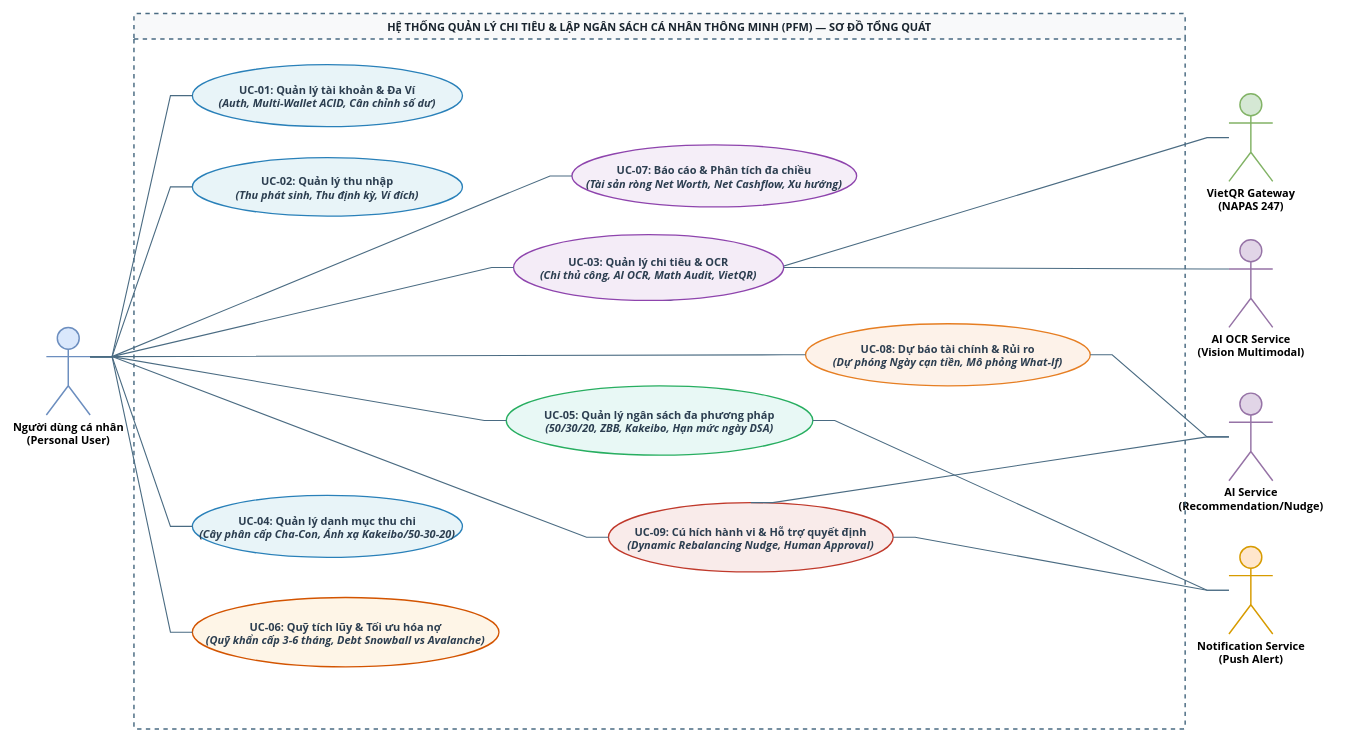
Earlier version of the draw.io diagram page "UCD 00 - Tổng Quát" (1 of 10) of files/UCD-DuoNoPro.drawio (Datgh37/analyze-system-subject). Source tidied: cells renumbered, new cells numbered last; positions are measured from the earlier drawing's top-left corner, leaving out a move shared by most shapes. Both pictures are drawn from the tidied source at 73%, with x=0, y=0 at pixel (46, 13).
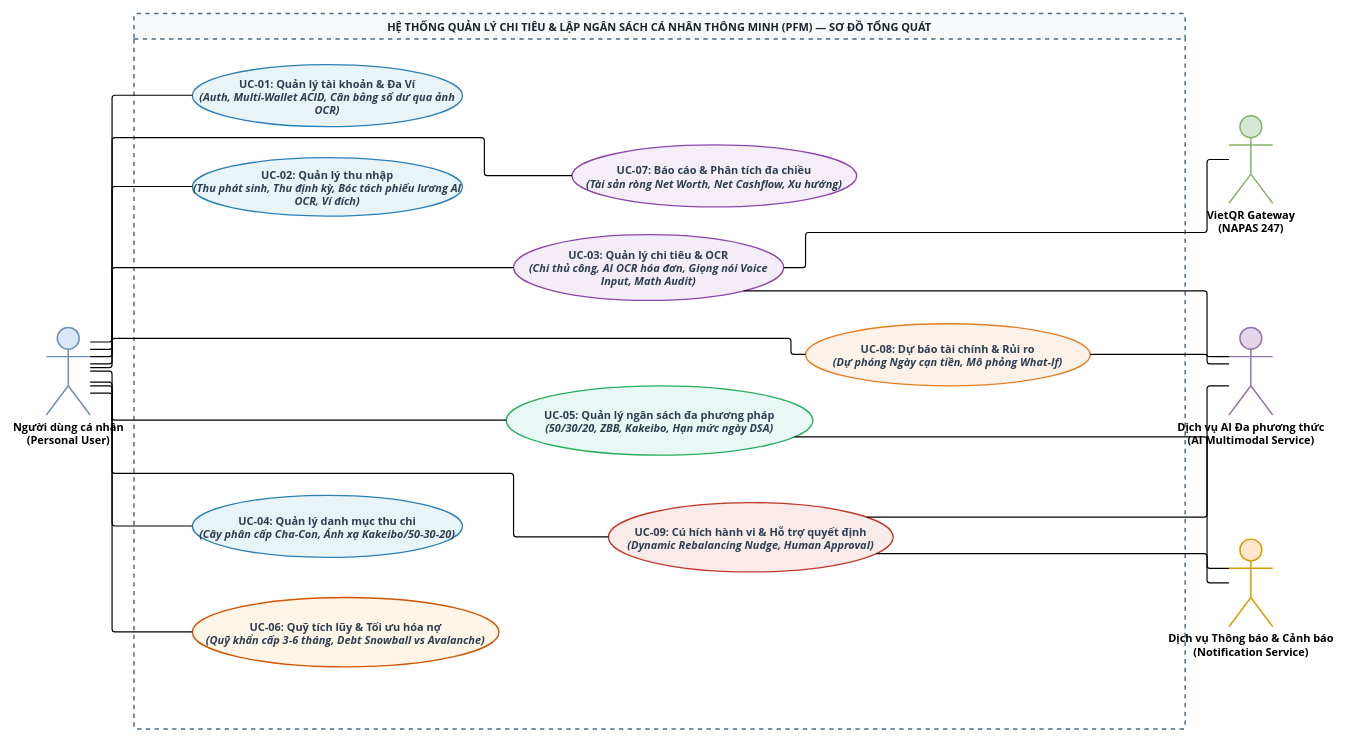
The same page after the edit.

Unchanged cells that the change refers to:
```xml
<mxCell id="3" value="&lt;b&gt;Người dùng cá nhân&lt;/b&gt;&lt;br&gt;(Personal User)" style="shape=umlActor;verticalLabelPosition=bottom;verticalAlign=top;html=1;outlineConnect=0;fillColor=#dae8fc;strokeColor=#6c8ebf;strokeWidth=2;fontFamily=Segoe UI, Arial, sans-serif;fontSize=15;fontStyle=1;" parent="1" vertex="1">
  <mxGeometry y="430" width="60" height="120" as="geometry" />
</mxCell>
<mxCell id="8" value="HỆ THỐNG QUẢN LÝ CHI TIÊU &amp;amp; LẬP NGÂN SÁCH CÁ NHÂN THÔNG MINH (PFM) — SƠ ĐỒ TỔNG QUÁT" style="swimlane;whiteSpace=wrap;html=1;rounded=1;arcSize=3;fontFamily=Segoe UI, Arial, sans-serif;fontSize=15;fontStyle=1;startSize=35;fillColor=#f8f9fa;fontColor=#1a252f;strokeColor=#4a6b82;strokeWidth=2;dashed=1;" parent="1" vertex="1">
  <mxGeometry x="120" width="1440" height="980" as="geometry" />
</mxCell>
<mxCell id="12" value="&lt;b&gt;UC-04: Quản lý danh mục thu chi&lt;/b&gt;&lt;br&gt;&lt;i&gt;(Cây phân cấp Cha-Con, Ánh xạ Kakeibo/50-30-20)&lt;/i&gt;" style="ellipse;whiteSpace=wrap;html=1;fillColor=#e8f4f8;strokeColor=#2980b9;strokeWidth=1.8;fontFamily=Segoe UI, Arial, sans-serif;fontSize=15;fontStyle=1;fontColor=#2c3e50;" parent="8" vertex="1">
  <mxGeometry x="80" y="660" width="370" height="85" as="geometry" />
</mxCell>
<mxCell id="13" value="&lt;b&gt;UC-06: Quỹ tích lũy &amp;amp; Tối ưu hóa nợ&lt;/b&gt;&lt;br&gt;&lt;i&gt;(Quỹ khẩn cấp 3-6 tháng, Debt Snowball vs Avalanche)&lt;/i&gt;" style="ellipse;whiteSpace=wrap;html=1;fillColor=#fef5e7;strokeColor=#d35400;strokeWidth=1.8;fontFamily=Segoe UI, Arial, sans-serif;fontSize=15;fontStyle=1;fontColor=#2c3e50;" parent="8" vertex="1">
  <mxGeometry x="80" y="800" width="420" height="95" as="geometry" />
</mxCell>
<mxCell id="14" value="&lt;b&gt;UC-07: Báo cáo &amp;amp; Phân tích đa chiều&lt;/b&gt;&lt;br&gt;&lt;i&gt;(Tài sản ròng Net Worth, Net Cashflow, Xu hướng)&lt;/i&gt;" style="ellipse;whiteSpace=wrap;html=1;fillColor=#f5eef8;strokeColor=#8e44ad;strokeWidth=1.8;fontFamily=Segoe UI, Arial, sans-serif;fontSize=15;fontStyle=1;fontColor=#2c3e50;" parent="8" vertex="1">
  <mxGeometry x="600" y="180" width="390" height="85" as="geometry" />
</mxCell>
<mxCell id="15" value="&lt;b&gt;UC-08: Dự báo tài chính &amp;amp; Rủi ro&lt;/b&gt;&lt;br&gt;&lt;i&gt;(Dự phóng Ngày cạn tiền, Mô phỏng What-If)&lt;/i&gt;" style="ellipse;whiteSpace=wrap;html=1;fillColor=#fdf2e9;strokeColor=#e67e22;strokeWidth=1.8;fontFamily=Segoe UI, Arial, sans-serif;fontSize=15;fontStyle=1;fontColor=#2c3e50;" parent="8" vertex="1">
  <mxGeometry x="920" y="425" width="390" height="85" as="geometry" />
</mxCell>
<mxCell id="16" value="&lt;b&gt;UC-09: Cú hích hành vi &amp;amp; Hỗ trợ quyết định&lt;/b&gt;&lt;br&gt;&lt;i&gt;(Dynamic Rebalancing Nudge, Human Approval)&lt;/i&gt;" style="ellipse;whiteSpace=wrap;html=1;fillColor=#f9ebea;strokeColor=#c0392b;strokeWidth=1.8;fontFamily=Segoe UI, Arial, sans-serif;fontSize=15;fontStyle=1;fontColor=#2c3e50;" parent="8" vertex="1">
  <mxGeometry x="650" y="670" width="390" height="95" as="geometry" />
</mxCell>
<mxCell id="17" value="&lt;b&gt;UC-05: Quản lý ngân sách đa phương pháp&lt;/b&gt;&lt;br&gt;&lt;i&gt;(50/30/20, ZBB, Kakeibo, Hạn mức ngày DSA)&lt;/i&gt;" style="ellipse;whiteSpace=wrap;html=1;fillColor=#e8f8f5;strokeColor=#27ae60;strokeWidth=1.8;fontFamily=Segoe UI, Arial, sans-serif;fontSize=15;fontStyle=1;fontColor=#2c3e50;" parent="8" vertex="1">
  <mxGeometry x="510" y="510" width="420" height="95" as="geometry" />
</mxCell>
```

Change to the diagram source:
```diff
@@
-    <mxCell id="2" style="endArrow=none;html=1;strokeWidth=1.5;rounded=0;strokeColor=#4a6b82;entryX=0.5;entryY=1;entryDx=0;entryDy=0;edgeStyle=entityRelationEdgeStyle;fontSize=15;" parent="1" edge="1" source="7" target="11">
-      <mxGeometry relative="1" as="geometry" />
-    </mxCell>
@@
-    <mxCell id="4" value="&lt;b&gt;AI OCR Service&lt;/b&gt;&lt;br&gt;(Vision Multimodal)" style="shape=umlActor;verticalLabelPosition=bottom;verticalAlign=top;html=1;outlineConnect=0;fillColor=#e1d5e7;strokeColor=#9673a6;strokeWidth=2;fontFamily=Segoe UI, Arial, sans-serif;fontSize=15;fontStyle=1;" parent="1" vertex="1">
-      <mxGeometry x="1620" y="310" width="60" height="120" as="geometry" />
-    </mxCell>
-    <mxCell id="5" value="&lt;b&gt;AI Service&lt;/b&gt;&lt;br&gt;(Recommendation/Nudge)" style="shape=umlActor;verticalLabelPosition=bottom;verticalAlign=top;html=1;outlineConnect=0;fillColor=#e1d5e7;strokeColor=#9673a6;strokeWidth=2;fontFamily=Segoe UI, Arial, sans-serif;fontSize=15;fontStyle=1;" parent="1" vertex="1">
-      <mxGeometry x="1620" y="520" width="60" height="120" as="geometry" />
-    </mxCell>
-    <mxCell id="6" value="&lt;b&gt;Notification Service&lt;/b&gt;&lt;br&gt;(Push Alert)" style="shape=umlActor;verticalLabelPosition=bottom;verticalAlign=top;html=1;outlineConnect=0;fillColor=#ffe6cc;strokeColor=#d79b00;strokeWidth=2;fontFamily=Segoe UI, Arial, sans-serif;fontSize=15;fontStyle=1;" parent="1" vertex="1">
-      <mxGeometry x="1620" y="730" width="60" height="120" as="geometry" />
+    <mxCell id="6" value="&lt;b&gt;Dịch vụ Thông báo &amp;amp; Cảnh báo&lt;/b&gt;&lt;br&gt;(Notification Service)" style="shape=umlActor;verticalLabelPosition=bottom;verticalAlign=top;html=1;outlineConnect=0;fillColor=#ffe6cc;strokeColor=#d79b00;strokeWidth=2;fontFamily=Segoe UI, Arial, sans-serif;fontSize=15;fontStyle=1;" parent="1" vertex="1">
+      <mxGeometry x="1620" y="720" width="60" height="120" as="geometry" />
     </mxCell>
     <mxCell id="7" value="&lt;b&gt;VietQR Gateway&lt;/b&gt;&lt;br&gt;(NAPAS 247)" style="shape=umlActor;verticalLabelPosition=bottom;verticalAlign=top;html=1;outlineConnect=0;fillColor=#d5e8d4;strokeColor=#82b366;strokeWidth=2;fontFamily=Segoe UI, Arial, sans-serif;fontSize=15;fontStyle=1;" parent="1" vertex="1">
-      <mxGeometry x="1620" y="110" width="60" height="120" as="geometry" />
+      <mxGeometry x="1620" y="140" width="60" height="120" as="geometry" />
     </mxCell>
@@
-    <mxCell id="9" value="&lt;b&gt;UC-01: Quản lý tài khoản &amp;amp; Đa Ví&lt;/b&gt;&lt;br&gt;&lt;i&gt;(Auth, Multi-Wallet ACID, Cân chỉnh số dư)&lt;/i&gt;" style="ellipse;whiteSpace=wrap;html=1;fillColor=#e8f4f8;strokeColor=#2980b9;strokeWidth=1.8;fontFamily=Segoe UI, Arial, sans-serif;fontSize=15;fontStyle=1;fontColor=#2c3e50;" parent="8" vertex="1">
+    <mxCell id="9" value="&lt;b&gt;UC-01: Quản lý tài khoản &amp;amp; Đa Ví&lt;/b&gt;&lt;br&gt;&lt;i&gt;(Auth, Multi-Wallet ACID, Cân bằng số dư qua ảnh OCR)&lt;/i&gt;" style="ellipse;whiteSpace=wrap;html=1;fillColor=#e8f4f8;strokeColor=#2980b9;strokeWidth=1.8;fontFamily=Segoe UI, Arial, sans-serif;fontSize=15;fontStyle=1;fontColor=#2c3e50;" parent="8" vertex="1">
       <mxGeometry x="80" y="70" width="370" height="85" as="geometry" />
     </mxCell>
-    <mxCell id="10" value="&lt;b&gt;UC-02: Quản lý thu nhập&lt;/b&gt;&lt;br&gt;&lt;i&gt;(Thu phát sinh, Thu định kỳ, Ví đích)&lt;/i&gt;" style="ellipse;whiteSpace=wrap;html=1;fillColor=#e8f4f8;strokeColor=#2980b9;strokeWidth=1.8;fontFamily=Segoe UI, Arial, sans-serif;fontSize=15;fontStyle=1;fontColor=#2c3e50;" parent="8" vertex="1">
+    <mxCell id="10" value="&lt;b&gt;UC-02: Quản lý thu nhập&lt;/b&gt;&lt;br&gt;&lt;i&gt;(Thu phát sinh, Thu định kỳ, Bóc tách phiếu lương AI OCR, Ví đích)&lt;/i&gt;" style="ellipse;whiteSpace=wrap;html=1;fillColor=#e8f4f8;strokeColor=#2980b9;strokeWidth=1.8;fontFamily=Segoe UI, Arial, sans-serif;fontSize=15;fontStyle=1;fontColor=#2c3e50;" parent="8" vertex="1">
       <mxGeometry x="80" y="197.5" width="370" height="80" as="geometry" />
     </mxCell>
-    <mxCell id="11" value="&lt;b&gt;UC-03: Quản lý chi tiêu &amp;amp; OCR&lt;/b&gt;&lt;br&gt;&lt;i&gt;(Chi thủ công, AI OCR, Math Audit, VietQR)&lt;/i&gt;" style="ellipse;whiteSpace=wrap;html=1;fillColor=#f4ecf7;strokeColor=#8e44ad;strokeWidth=1.8;fontFamily=Segoe UI, Arial, sans-serif;fontSize=15;fontStyle=1;fontColor=#2c3e50;" parent="8" vertex="1">
+    <mxCell id="11" value="&lt;b&gt;UC-03: Quản lý chi tiêu &amp;amp; OCR&lt;/b&gt;&lt;br&gt;&lt;i&gt;(Chi thủ công, AI OCR hóa đơn, Giọng nói Voice Input, Math Audit)&lt;/i&gt;" style="ellipse;whiteSpace=wrap;html=1;fillColor=#f4ecf7;strokeColor=#8e44ad;strokeWidth=1.8;fontFamily=Segoe UI, Arial, sans-serif;fontSize=15;fontStyle=1;fontColor=#2c3e50;" parent="8" vertex="1">
       <mxGeometry x="520" y="303" width="370" height="90" as="geometry" />
     </mxCell>
@@
+    <mxCell id="32" value="&lt;b&gt;Dịch vụ AI Đa phương thức&lt;/b&gt;&lt;br&gt;(AI Multimodal Service)" style="shape=umlActor;verticalLabelPosition=bottom;verticalAlign=top;html=1;outlineConnect=0;fillColor=#e1d5e7;strokeColor=#9673a6;strokeWidth=2;fontFamily=Segoe UI, Arial, sans-serif;fontSize=15;fontStyle=1;" parent="1" vertex="1">
+      <mxGeometry x="1620" y="430" width="60" height="120" as="geometry" />
+    </mxCell>
-    <mxCell id="18" style="endArrow=none;html=1;strokeWidth=1.5;rounded=0;strokeColor=#4a6b82;entryX=0;entryY=0.5;entryDx=0;entryDy=0;exitX=1;exitY=0.3333333333333333;exitDx=0;exitDy=0;exitPerimeter=0;edgeStyle=entityRelationEdgeStyle;fontSize=15;" parent="1" edge="1" source="3" target="9">
-      <mxGeometry relative="1" as="geometry" />
+    <mxCell id="18" style="endArrow=none;html=1;strokeWidth=1.6;rounded=1;arcSize=8;strokeColor=#000000;edgeStyle=orthogonalEdgeStyle;fontSize=15;" parent="1" edge="1" source="3" target="9">
+      <mxGeometry relative="1" as="geometry">
+        <Array as="points">
+          <mxPoint x="90" y="460" />
+          <mxPoint x="90" y="112" />
+        </Array>
+      </mxGeometry>
     </mxCell>
-    <mxCell id="19" style="endArrow=none;html=1;strokeWidth=1.5;rounded=0;strokeColor=#4a6b82;entryX=0;entryY=0.5;entryDx=0;entryDy=0;exitX=1;exitY=0.3333333333333333;exitDx=0;exitDy=0;exitPerimeter=0;edgeStyle=entityRelationEdgeStyle;fontSize=15;" parent="1" edge="1" source="3" target="10">
-      <mxGeometry relative="1" as="geometry" />
+    <mxCell id="19" style="endArrow=none;html=1;strokeWidth=1.6;rounded=1;arcSize=8;strokeColor=#000000;edgeStyle=orthogonalEdgeStyle;fontSize=15;" parent="1" edge="1" source="3" target="10">
+      <mxGeometry relative="1" as="geometry">
+        <Array as="points">
+          <mxPoint x="90" y="470" />
+          <mxPoint x="90" y="237" />
+        </Array>
+      </mxGeometry>
     </mxCell>
+    <mxCell id="21" style="endArrow=none;html=1;strokeWidth=1.6;rounded=1;arcSize=8;strokeColor=#000000;edgeStyle=orthogonalEdgeStyle;fontSize=15;" parent="1" edge="1" source="3" target="12">
+      <mxGeometry relative="1" as="geometry">
+        <Array as="points">
+          <mxPoint x="90" y="510" />
+          <mxPoint x="90" y="702" />
+        </Array>
+      </mxGeometry>
+    </mxCell>
+    <mxCell id="23" style="endArrow=none;html=1;strokeWidth=1.6;rounded=1;arcSize=8;strokeColor=#000000;edgeStyle=orthogonalEdgeStyle;fontSize=15;" parent="1" edge="1" source="3" target="13">
+      <mxGeometry relative="1" as="geometry">
+        <Array as="points">
+          <mxPoint x="90" y="520" />
+          <mxPoint x="90" y="847" />
+        </Array>
+      </mxGeometry>
+    </mxCell>
-    <mxCell id="20" style="endArrow=none;html=1;strokeWidth=1.5;rounded=0;strokeColor=#4a6b82;exitX=1;exitY=0.3333333333333333;exitDx=0;exitDy=0;exitPerimeter=0;edgeStyle=entityRelationEdgeStyle;fontSize=15;" parent="1" edge="1" source="3" target="11">
-      <mxGeometry relative="1" as="geometry" />
+    <mxCell id="20" style="endArrow=none;html=1;strokeWidth=1.6;rounded=1;arcSize=8;strokeColor=#000000;edgeStyle=orthogonalEdgeStyle;fontSize=15;" parent="1" edge="1" source="3" target="11">
+      <mxGeometry relative="1" as="geometry">
+        <Array as="points">
+          <mxPoint x="90" y="480" />
+          <mxPoint x="90" y="348" />
+        </Array>
+      </mxGeometry>
     </mxCell>
-    <mxCell id="21" style="endArrow=none;html=1;strokeWidth=1.5;rounded=0;strokeColor=#4a6b82;entryX=0;entryY=0.5;entryDx=0;entryDy=0;exitX=1;exitY=0.3333333333333333;exitDx=0;exitDy=0;exitPerimeter=0;edgeStyle=entityRelationEdgeStyle;fontSize=15;" parent="1" edge="1" source="3" target="12">
-      <mxGeometry relative="1" as="geometry" />
-    </mxCell>
-    <mxCell id="22" style="endArrow=none;html=1;strokeWidth=1.5;rounded=0;strokeColor=#4a6b82;entryX=0;entryY=0.5;entryDx=0;entryDy=0;exitX=1;exitY=0.3333333333333333;exitDx=0;exitDy=0;exitPerimeter=0;edgeStyle=entityRelationEdgeStyle;fontSize=15;" parent="1" edge="1" source="3" target="17">
-      <mxGeometry relative="1" as="geometry" />
+    <mxCell id="22" style="endArrow=none;html=1;strokeWidth=1.6;rounded=1;arcSize=8;strokeColor=#000000;edgeStyle=orthogonalEdgeStyle;fontSize=15;" parent="1" edge="1" source="3" target="17">
+      <mxGeometry relative="1" as="geometry">
+        <Array as="points">
+          <mxPoint x="90" y="490" />
+          <mxPoint x="90" y="557" />
+        </Array>
+      </mxGeometry>
     </mxCell>
-    <mxCell id="23" style="endArrow=none;html=1;strokeWidth=1.5;rounded=0;strokeColor=#4a6b82;entryX=0;entryY=0.5;entryDx=0;entryDy=0;exitX=1;exitY=0.3333333333333333;exitDx=0;exitDy=0;exitPerimeter=0;edgeStyle=entityRelationEdgeStyle;fontSize=15;" parent="1" edge="1" source="3" target="13">
-      <mxGeometry relative="1" as="geometry" />
-    </mxCell>
-    <mxCell id="24" style="endArrow=none;html=1;strokeWidth=1.5;rounded=0;strokeColor=#4a6b82;exitX=1;exitY=0.3333333333333333;exitDx=0;exitDy=0;exitPerimeter=0;edgeStyle=entityRelationEdgeStyle;fontSize=15;" parent="1" edge="1" source="3" target="14">
-      <mxGeometry relative="1" as="geometry" />
+    <mxCell id="24" style="endArrow=none;html=1;strokeWidth=1.6;rounded=1;arcSize=8;strokeColor=#000000;edgeStyle=orthogonalEdgeStyle;fontSize=15;" parent="1" edge="1" source="3" target="14">
+      <mxGeometry relative="1" as="geometry">
+        <Array as="points">
+          <mxPoint x="90" y="450" />
+          <mxPoint x="90" y="170" />
+          <mxPoint x="600" y="170" />
+          <mxPoint x="600" y="222" />
+        </Array>
+      </mxGeometry>
     </mxCell>
-    <mxCell id="25" style="endArrow=none;html=1;strokeWidth=1.5;rounded=0;strokeColor=#4a6b82;exitX=1;exitY=0.3333333333333333;exitDx=0;exitDy=0;exitPerimeter=0;edgeStyle=entityRelationEdgeStyle;fontSize=15;" parent="1" edge="1" source="3" target="15">
-      <mxGeometry relative="1" as="geometry" />
+    <mxCell id="25" style="endArrow=none;html=1;strokeWidth=1.6;rounded=1;arcSize=8;strokeColor=#000000;edgeStyle=orthogonalEdgeStyle;fontSize=15;" parent="1" edge="1" source="3" target="15">
+      <mxGeometry relative="1" as="geometry">
+        <Array as="points">
+          <mxPoint x="90" y="485" />
+          <mxPoint x="90" y="445" />
+          <mxPoint x="1020" y="445" />
+          <mxPoint x="1020" y="467" />
+        </Array>
+      </mxGeometry>
     </mxCell>
-    <mxCell id="26" style="endArrow=none;html=1;strokeWidth=1.5;rounded=0;strokeColor=#4a6b82;exitX=1;exitY=0.3333333333333333;exitDx=0;exitDy=0;exitPerimeter=0;edgeStyle=entityRelationEdgeStyle;fontSize=15;" parent="1" edge="1" source="3" target="16">
-      <mxGeometry relative="1" as="geometry" />
+    <mxCell id="26" style="endArrow=none;html=1;strokeWidth=1.6;rounded=1;arcSize=8;strokeColor=#000000;edgeStyle=orthogonalEdgeStyle;fontSize=15;" parent="1" edge="1" source="3" target="16">
+      <mxGeometry relative="1" as="geometry">
+        <Array as="points">
+          <mxPoint x="90" y="505" />
+          <mxPoint x="90" y="630" />
+          <mxPoint x="640" y="630" />
+          <mxPoint x="640" y="717" />
+        </Array>
+      </mxGeometry>
     </mxCell>
-    <mxCell id="27" style="endArrow=none;html=1;strokeWidth=1.5;rounded=0;strokeColor=#4a6b82;exitX=0;exitY=0.3333333333333333;exitDx=0;exitDy=0;exitPerimeter=0;entryX=1;entryY=0.5;entryDx=0;entryDy=0;edgeStyle=entityRelationEdgeStyle;fontSize=15;" parent="1" edge="1" source="4" target="11">
-      <mxGeometry relative="1" as="geometry" />
-    </mxCell>
-    <mxCell id="28" style="endArrow=none;html=1;strokeWidth=1.5;rounded=0;strokeColor=#4a6b82;edgeStyle=entityRelationEdgeStyle;fontSize=15;" parent="1" edge="1" source="5" target="15">
-      <mxGeometry relative="1" as="geometry" />
-    </mxCell>
-    <mxCell id="29" style="endArrow=none;html=1;strokeWidth=1.5;rounded=0;strokeColor=#4a6b82;entryX=0.5;entryY=0;entryDx=0;entryDy=0;edgeStyle=entityRelationEdgeStyle;fontSize=15;" parent="1" edge="1" source="5" target="16">
-      <mxGeometry relative="1" as="geometry" />
-    </mxCell>
+    <mxCell id="2" style="endArrow=none;html=1;strokeWidth=1.6;rounded=1;arcSize=8;strokeColor=#000000;edgeStyle=orthogonalEdgeStyle;fontSize=15;" parent="1" edge="1" source="7" target="11">
+      <mxGeometry relative="1" as="geometry">
+        <Array as="points">
+          <mxPoint x="1590" y="200" />
+          <mxPoint x="1590" y="300" />
+          <mxPoint x="1040" y="300" />
+          <mxPoint x="1040" y="348" />
+        </Array>
+      </mxGeometry>
+    </mxCell>
+    <mxCell id="33" style="endArrow=none;html=1;strokeWidth=1.6;rounded=1;arcSize=8;strokeColor=#000000;edgeStyle=orthogonalEdgeStyle;fontSize=15;" parent="1" edge="1" source="32" target="15">
+      <mxGeometry relative="1" as="geometry">
+        <Array as="points">
+          <mxPoint x="1590" y="470" />
+          <mxPoint x="1430" y="467" />
+        </Array>
+      </mxGeometry>
+    </mxCell>
+    <mxCell id="34" style="endArrow=none;html=1;strokeWidth=1.6;rounded=1;arcSize=8;strokeColor=#000000;edgeStyle=orthogonalEdgeStyle;fontSize=15;" parent="1" edge="1" source="32" target="11">
+      <mxGeometry relative="1" as="geometry">
+        <Array as="points">
+          <mxPoint x="1590" y="480" />
+          <mxPoint x="1590" y="380" />
+          <mxPoint x="1010" y="380" />
+        </Array>
+      </mxGeometry>
+    </mxCell>
+    <mxCell id="35" style="endArrow=none;html=1;strokeWidth=1.6;rounded=1;arcSize=8;strokeColor=#000000;edgeStyle=orthogonalEdgeStyle;fontSize=15;" parent="1" edge="1" source="32" target="16">
+      <mxGeometry relative="1" as="geometry">
+        <Array as="points">
+          <mxPoint x="1590" y="510" />
+          <mxPoint x="1590" y="690" />
+          <mxPoint x="1160" y="690" />
+        </Array>
+      </mxGeometry>
+    </mxCell>
-    <mxCell id="30" style="endArrow=none;html=1;strokeWidth=1.5;rounded=0;strokeColor=#4a6b82;entryX=1;entryY=0.5;entryDx=0;entryDy=0;edgeStyle=entityRelationEdgeStyle;fontSize=15;" parent="1" edge="1" source="6" target="17">
-      <mxGeometry relative="1" as="geometry" />
+    <mxCell id="30" style="endArrow=none;html=1;strokeWidth=1.6;rounded=1;arcSize=8;strokeColor=#000000;edgeStyle=orthogonalEdgeStyle;fontSize=15;" parent="1" edge="1" source="6" target="17">
+      <mxGeometry relative="1" as="geometry">
+        <Array as="points">
+          <mxPoint x="1590" y="760" />
+          <mxPoint x="1590" y="580" />
+          <mxPoint x="1050" y="580" />
+        </Array>
+      </mxGeometry>
     </mxCell>
-    <mxCell id="31" style="endArrow=none;html=1;strokeWidth=1.5;rounded=0;strokeColor=#4a6b82;entryX=1;entryY=0.5;entryDx=0;entryDy=0;edgeStyle=entityRelationEdgeStyle;fontSize=15;" parent="1" edge="1" source="6" target="16">
-      <mxGeometry relative="1" as="geometry" />
+    <mxCell id="31" style="endArrow=none;html=1;strokeWidth=1.6;rounded=1;arcSize=8;strokeColor=#000000;edgeStyle=orthogonalEdgeStyle;fontSize=15;" parent="1" edge="1" source="6" target="16">
+      <mxGeometry relative="1" as="geometry">
+        <Array as="points">
+          <mxPoint x="1590" y="780" />
+          <mxPoint x="1160" y="740" />
+        </Array>
+      </mxGeometry>
     </mxCell>
```
